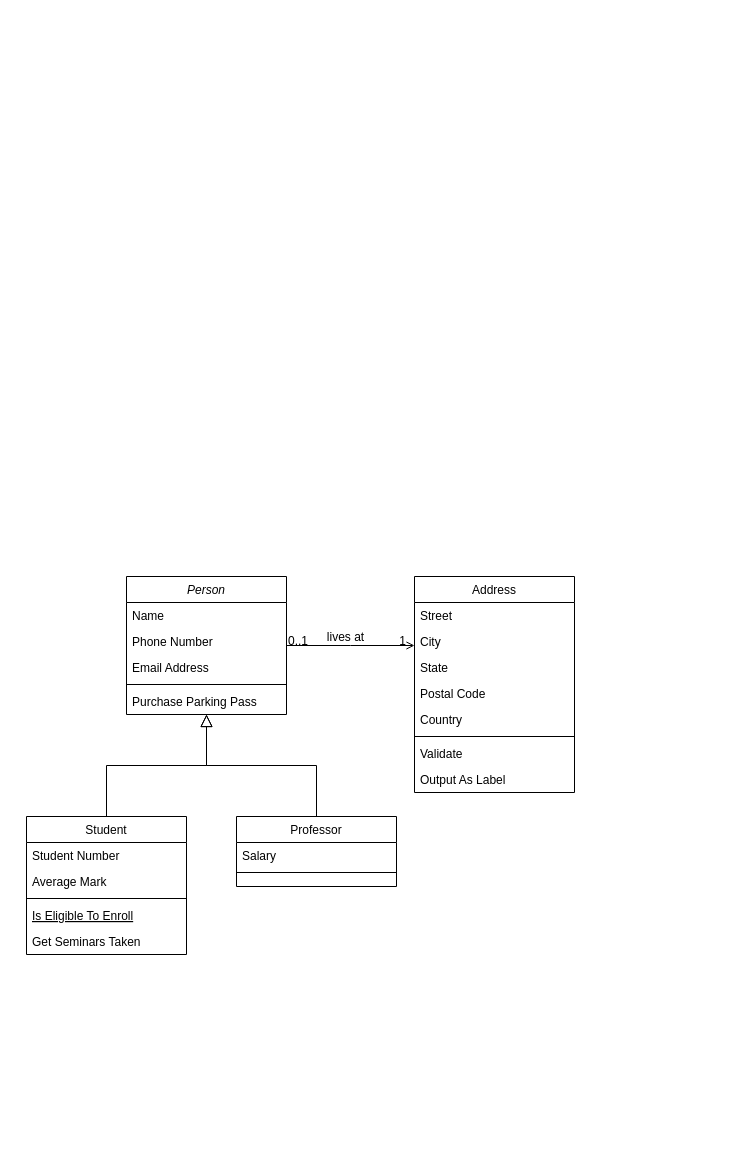
The draw.io diagram DATN_Document/Biểu đồ không có tiêu đề.drawio in khanhnh2420/DATN-GameVH-Store, before the edit. Source tidied: cells renumbered, new cells numbered last; positions are measured from the earlier drawing's top-left corner, leaving out a move shared by most shapes. Both pictures are drawn from the tidied source at 100%, with x=0, y=0 at pixel (26, 576).
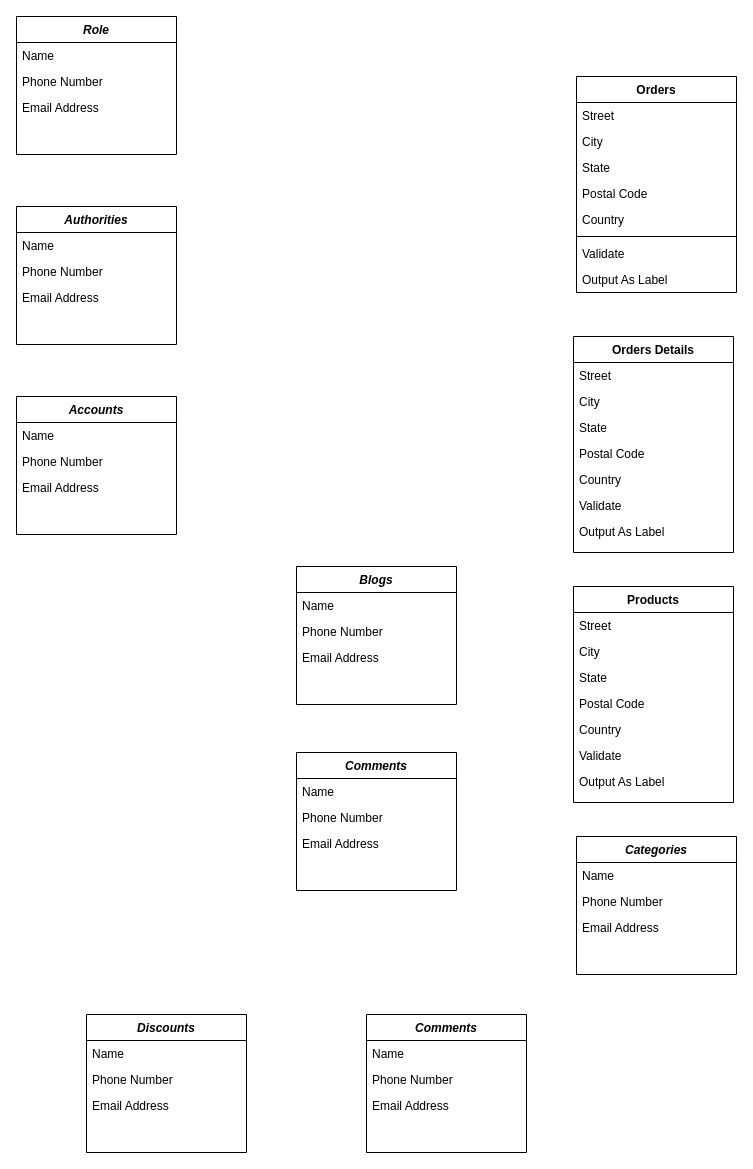
After the change.

Commit message (it also covers changes not shown here):
Cập nhật Biểu đồ không có tiêu đề.drawio

Diff of the diagram source:
```diff
@@
-    <mxCell id="2" value="Person" style="swimlane;fontStyle=2;align=center;verticalAlign=top;horizontal=1;startSize=26;rounded=0;shadow=0;strokeWidth=1;" parent="1" vertex="1">
-      <mxGeometry x="100" width="160" height="138" as="geometry" />
+    <mxCell id="2" value="Accounts" style="swimlane;fontStyle=3;align=center;verticalAlign=top;horizontal=1;startSize=26;rounded=0;shadow=0;strokeWidth=1;" parent="1" vertex="1">
+      <mxGeometry x="-10" y="-180" width="160" height="138" as="geometry" />
     </mxCell>
@@
-    <mxCell id="6" style="line;html=1;strokeWidth=1;align=left;verticalAlign=middle;spacingTop=-1;spacingLeft=3;spacingRight=3;labelPosition=right;" parent="2" vertex="1">
-      <mxGeometry y="104" width="160" height="8" as="geometry" />
-    </mxCell>
-    <mxCell id="7" value="Purchase Parking Pass" style="text;align=left;verticalAlign=top;spacingLeft=4;spacingRight=4;overflow=hidden;" parent="2" vertex="1">
-      <mxGeometry y="112" width="160" height="26" as="geometry" />
-    </mxCell>
-    <mxCell id="8" value="Student" style="swimlane;fontStyle=0;align=center;verticalAlign=top;horizontal=1;startSize=26;rounded=0;shadow=0;strokeWidth=1;" parent="1" vertex="1">
-      <mxGeometry y="240" width="160" height="138" as="geometry" />
-    </mxCell>
-    <mxCell id="9" value="Student Number" style="text;align=left;verticalAlign=top;spacingLeft=4;spacingRight=4;overflow=hidden;" parent="8" vertex="1">
-      <mxGeometry y="26" width="160" height="26" as="geometry" />
-    </mxCell>
-    <mxCell id="10" value="Average Mark" style="text;align=left;verticalAlign=top;spacingLeft=4;spacingRight=4;overflow=hidden;rounded=0;shadow=0;html=0;" parent="8" vertex="1">
-      <mxGeometry y="52" width="160" height="26" as="geometry" />
-    </mxCell>
-    <mxCell id="11" style="line;html=1;strokeWidth=1;align=left;verticalAlign=middle;spacingTop=-1;spacingLeft=3;spacingRight=3;labelPosition=right;" parent="8" vertex="1">
-      <mxGeometry y="78" width="160" height="8" as="geometry" />
-    </mxCell>
-    <mxCell id="12" value="Is Eligible To Enroll" style="text;align=left;verticalAlign=top;spacingLeft=4;spacingRight=4;overflow=hidden;fontStyle=4;" parent="8" vertex="1">
-      <mxGeometry y="86" width="160" height="26" as="geometry" />
-    </mxCell>
-    <mxCell id="13" value="Get Seminars Taken" style="text;align=left;verticalAlign=top;spacingLeft=4;spacingRight=4;overflow=hidden;" parent="8" vertex="1">
-      <mxGeometry y="112" width="160" height="26" as="geometry" />
-    </mxCell>
-    <mxCell id="14" style="endArrow=block;endSize=10;endFill=0;shadow=0;strokeWidth=1;rounded=0;edgeStyle=elbowEdgeStyle;elbow=vertical;" parent="1" edge="1" source="8" target="2">
-      <mxGeometry relative="1" as="geometry" />
-    </mxCell>
-    <mxCell id="15" value="Professor" style="swimlane;fontStyle=0;align=center;verticalAlign=top;horizontal=1;startSize=26;rounded=0;shadow=0;strokeWidth=1;" parent="1" vertex="1">
-      <mxGeometry x="210" y="240" width="160" height="70" as="geometry" />
-    </mxCell>
-    <mxCell id="16" value="Salary" style="text;align=left;verticalAlign=top;spacingLeft=4;spacingRight=4;overflow=hidden;" parent="15" vertex="1">
-      <mxGeometry y="26" width="160" height="26" as="geometry" />
-    </mxCell>
-    <mxCell id="17" style="line;html=1;strokeWidth=1;align=left;verticalAlign=middle;spacingTop=-1;spacingLeft=3;spacingRight=3;labelPosition=right;" parent="15" vertex="1">
-      <mxGeometry y="52" width="160" height="8" as="geometry" />
-    </mxCell>
-    <mxCell id="18" style="endArrow=block;endSize=10;endFill=0;shadow=0;strokeWidth=1;rounded=0;edgeStyle=elbowEdgeStyle;elbow=vertical;" parent="1" edge="1" source="15" target="2">
-      <mxGeometry relative="1" as="geometry" />
-    </mxCell>
-    <mxCell id="19" value="Address" style="swimlane;fontStyle=0;align=center;verticalAlign=top;horizontal=1;startSize=26;rounded=0;shadow=0;strokeWidth=1;" parent="1" vertex="1">
-      <mxGeometry x="388" width="160" height="216" as="geometry" />
+    <mxCell id="19" value="Products" style="swimlane;fontStyle=1;align=center;verticalAlign=top;horizontal=1;startSize=26;rounded=0;shadow=0;strokeWidth=1;" parent="1" vertex="1">
+      <mxGeometry x="547" y="10" width="160" height="216" as="geometry" />
     </mxCell>
@@
-    <mxCell id="25" style="line;html=1;strokeWidth=1;align=left;verticalAlign=middle;spacingTop=-1;spacingLeft=3;spacingRight=3;labelPosition=right;" parent="19" vertex="1">
-      <mxGeometry y="156" width="160" height="8" as="geometry" />
-    </mxCell>
     <mxCell id="26" value="Validate" style="text;align=left;verticalAlign=top;spacingLeft=4;spacingRight=4;overflow=hidden;" parent="19" vertex="1">
-      <mxGeometry y="164" width="160" height="26" as="geometry" />
+      <mxGeometry y="156" width="160" height="26" as="geometry" />
     </mxCell>
     <mxCell id="27" value="Output As Label" style="text;align=left;verticalAlign=top;spacingLeft=4;spacingRight=4;overflow=hidden;" parent="19" vertex="1">
-      <mxGeometry y="190" width="160" height="26" as="geometry" />
+      <mxGeometry y="182" width="160" height="26" as="geometry" />
     </mxCell>
-    <mxCell id="28" style="endArrow=open;shadow=0;strokeWidth=1;rounded=0;endFill=1;edgeStyle=elbowEdgeStyle;elbow=vertical;" parent="1" edge="1" source="2" target="19">
-      <mxGeometry x="0.5" y="41" relative="1" as="geometry">
-        <mxPoint x="-40" y="32" as="offset" />
-      </mxGeometry>
-    </mxCell>
-    <mxCell id="29" value="0..1" style="align=left;verticalAlign=bottom;labelBackgroundColor=none;fontSize=12;" parent="28" vertex="1">
-      <mxGeometry x="-1" relative="1" as="geometry">
-        <mxPoint y="4" as="offset" />
-      </mxGeometry>
-    </mxCell>
-    <mxCell id="30" value="1" style="align=right;verticalAlign=bottom;labelBackgroundColor=none;fontSize=12;" parent="28" vertex="1">
-      <mxGeometry x="1" relative="1" as="geometry">
-        <mxPoint x="-7" y="4" as="offset" />
-      </mxGeometry>
-    </mxCell>
-    <mxCell id="31" value="lives at" style="text;html=1;align=center;verticalAlign=middle;labelBackgroundColor=none;rounded=0;shadow=0;strokeWidth=1;fontSize=12;" parent="28" vertex="1">
-      <mxGeometry x="0.5" y="49" relative="1" as="geometry">
-        <mxPoint x="-38" y="40" as="offset" />
-      </mxGeometry>
-    </mxCell>
+    <mxCell id="32" value="Orders" style="swimlane;fontStyle=1;align=center;verticalAlign=top;horizontal=1;startSize=26;rounded=0;shadow=0;strokeWidth=1;" parent="1" vertex="1">
+      <mxGeometry x="550" y="-500" width="160" height="216" as="geometry" />
+    </mxCell>
+    <mxCell id="33" value="Street" style="text;align=left;verticalAlign=top;spacingLeft=4;spacingRight=4;overflow=hidden;" parent="32" vertex="1">
+      <mxGeometry y="26" width="160" height="26" as="geometry" />
+    </mxCell>
+    <mxCell id="34" value="City" style="text;align=left;verticalAlign=top;spacingLeft=4;spacingRight=4;overflow=hidden;rounded=0;shadow=0;html=0;" parent="32" vertex="1">
+      <mxGeometry y="52" width="160" height="26" as="geometry" />
+    </mxCell>
+    <mxCell id="35" value="State" style="text;align=left;verticalAlign=top;spacingLeft=4;spacingRight=4;overflow=hidden;rounded=0;shadow=0;html=0;" parent="32" vertex="1">
+      <mxGeometry y="78" width="160" height="26" as="geometry" />
+    </mxCell>
+    <mxCell id="36" value="Postal Code" style="text;align=left;verticalAlign=top;spacingLeft=4;spacingRight=4;overflow=hidden;rounded=0;shadow=0;html=0;" parent="32" vertex="1">
+      <mxGeometry y="104" width="160" height="26" as="geometry" />
+    </mxCell>
+    <mxCell id="37" value="Country" style="text;align=left;verticalAlign=top;spacingLeft=4;spacingRight=4;overflow=hidden;rounded=0;shadow=0;html=0;" parent="32" vertex="1">
+      <mxGeometry y="130" width="160" height="26" as="geometry" />
+    </mxCell>
+    <mxCell id="25" style="line;html=1;strokeWidth=1;align=left;verticalAlign=middle;spacingTop=-1;spacingLeft=3;spacingRight=3;labelPosition=right;" parent="32" vertex="1">
+      <mxGeometry y="156" width="160" height="8" as="geometry" />
+    </mxCell>
+    <mxCell id="38" value="Validate" style="text;align=left;verticalAlign=top;spacingLeft=4;spacingRight=4;overflow=hidden;" parent="32" vertex="1">
+      <mxGeometry y="164" width="160" height="26" as="geometry" />
+    </mxCell>
+    <mxCell id="39" value="Output As Label" style="text;align=left;verticalAlign=top;spacingLeft=4;spacingRight=4;overflow=hidden;" parent="32" vertex="1">
+      <mxGeometry y="190" width="160" height="26" as="geometry" />
+    </mxCell>
+    <mxCell id="40" value="Orders Details" style="swimlane;fontStyle=1;align=center;verticalAlign=top;horizontal=1;startSize=26;rounded=0;shadow=0;strokeWidth=1;" parent="1" vertex="1">
+      <mxGeometry x="547" y="-240" width="160" height="216" as="geometry" />
+    </mxCell>
+    <mxCell id="41" value="Street" style="text;align=left;verticalAlign=top;spacingLeft=4;spacingRight=4;overflow=hidden;" parent="40" vertex="1">
+      <mxGeometry y="26" width="160" height="26" as="geometry" />
+    </mxCell>
+    <mxCell id="42" value="City" style="text;align=left;verticalAlign=top;spacingLeft=4;spacingRight=4;overflow=hidden;rounded=0;shadow=0;html=0;" parent="40" vertex="1">
+      <mxGeometry y="52" width="160" height="26" as="geometry" />
+    </mxCell>
+    <mxCell id="43" value="State" style="text;align=left;verticalAlign=top;spacingLeft=4;spacingRight=4;overflow=hidden;rounded=0;shadow=0;html=0;" parent="40" vertex="1">
+      <mxGeometry y="78" width="160" height="26" as="geometry" />
+    </mxCell>
+    <mxCell id="44" value="Postal Code" style="text;align=left;verticalAlign=top;spacingLeft=4;spacingRight=4;overflow=hidden;rounded=0;shadow=0;html=0;" parent="40" vertex="1">
+      <mxGeometry y="104" width="160" height="26" as="geometry" />
+    </mxCell>
+    <mxCell id="45" value="Country" style="text;align=left;verticalAlign=top;spacingLeft=4;spacingRight=4;overflow=hidden;rounded=0;shadow=0;html=0;" parent="40" vertex="1">
+      <mxGeometry y="130" width="160" height="26" as="geometry" />
+    </mxCell>
+    <mxCell id="46" value="Validate" style="text;align=left;verticalAlign=top;spacingLeft=4;spacingRight=4;overflow=hidden;" parent="40" vertex="1">
+      <mxGeometry y="156" width="160" height="26" as="geometry" />
+    </mxCell>
+    <mxCell id="47" value="Output As Label" style="text;align=left;verticalAlign=top;spacingLeft=4;spacingRight=4;overflow=hidden;" parent="40" vertex="1">
+      <mxGeometry y="182" width="160" height="26" as="geometry" />
+    </mxCell>
+    <mxCell id="48" value="Authorities" style="swimlane;fontStyle=3;align=center;verticalAlign=top;horizontal=1;startSize=26;rounded=0;shadow=0;strokeWidth=1;" parent="1" vertex="1">
+      <mxGeometry x="-10" y="-370" width="160" height="138" as="geometry" />
+    </mxCell>
+    <mxCell id="49" value="Name" style="text;align=left;verticalAlign=top;spacingLeft=4;spacingRight=4;overflow=hidden;" parent="48" vertex="1">
+      <mxGeometry y="26" width="160" height="26" as="geometry" />
+    </mxCell>
+    <mxCell id="50" value="Phone Number" style="text;align=left;verticalAlign=top;spacingLeft=4;spacingRight=4;overflow=hidden;rounded=0;shadow=0;html=0;" parent="48" vertex="1">
+      <mxGeometry y="52" width="160" height="26" as="geometry" />
+    </mxCell>
+    <mxCell id="51" value="Email Address" style="text;align=left;verticalAlign=top;spacingLeft=4;spacingRight=4;overflow=hidden;rounded=0;shadow=0;html=0;" parent="48" vertex="1">
+      <mxGeometry y="78" width="160" height="26" as="geometry" />
+    </mxCell>
+    <mxCell id="52" value="Role" style="swimlane;fontStyle=3;align=center;verticalAlign=top;horizontal=1;startSize=26;rounded=0;shadow=0;strokeWidth=1;" parent="1" vertex="1">
+      <mxGeometry x="-10" y="-560" width="160" height="138" as="geometry" />
+    </mxCell>
+    <mxCell id="53" value="Name" style="text;align=left;verticalAlign=top;spacingLeft=4;spacingRight=4;overflow=hidden;" parent="52" vertex="1">
+      <mxGeometry y="26" width="160" height="26" as="geometry" />
+    </mxCell>
+    <mxCell id="54" value="Phone Number" style="text;align=left;verticalAlign=top;spacingLeft=4;spacingRight=4;overflow=hidden;rounded=0;shadow=0;html=0;" parent="52" vertex="1">
+      <mxGeometry y="52" width="160" height="26" as="geometry" />
+    </mxCell>
+    <mxCell id="55" value="Email Address" style="text;align=left;verticalAlign=top;spacingLeft=4;spacingRight=4;overflow=hidden;rounded=0;shadow=0;html=0;" parent="52" vertex="1">
+      <mxGeometry y="78" width="160" height="26" as="geometry" />
+    </mxCell>
+    <mxCell id="56" value="Categories" style="swimlane;fontStyle=3;align=center;verticalAlign=top;horizontal=1;startSize=26;rounded=0;shadow=0;strokeWidth=1;" parent="1" vertex="1">
+      <mxGeometry x="550" y="260" width="160" height="138" as="geometry" />
+    </mxCell>
+    <mxCell id="57" value="Name" style="text;align=left;verticalAlign=top;spacingLeft=4;spacingRight=4;overflow=hidden;" parent="56" vertex="1">
+      <mxGeometry y="26" width="160" height="26" as="geometry" />
+    </mxCell>
+    <mxCell id="58" value="Phone Number" style="text;align=left;verticalAlign=top;spacingLeft=4;spacingRight=4;overflow=hidden;rounded=0;shadow=0;html=0;" parent="56" vertex="1">
+      <mxGeometry y="52" width="160" height="26" as="geometry" />
+    </mxCell>
+    <mxCell id="59" value="Email Address" style="text;align=left;verticalAlign=top;spacingLeft=4;spacingRight=4;overflow=hidden;rounded=0;shadow=0;html=0;" parent="56" vertex="1">
+      <mxGeometry y="78" width="160" height="26" as="geometry" />
+    </mxCell>
+    <mxCell id="60" value="Blogs" style="swimlane;fontStyle=3;align=center;verticalAlign=top;horizontal=1;startSize=26;rounded=0;shadow=0;strokeWidth=1;" parent="1" vertex="1">
+      <mxGeometry x="270" y="-10" width="160" height="138" as="geometry" />
+    </mxCell>
+    <mxCell id="61" value="Name" style="text;align=left;verticalAlign=top;spacingLeft=4;spacingRight=4;overflow=hidden;" parent="60" vertex="1">
+      <mxGeometry y="26" width="160" height="26" as="geometry" />
+    </mxCell>
+    <mxCell id="62" value="Phone Number" style="text;align=left;verticalAlign=top;spacingLeft=4;spacingRight=4;overflow=hidden;rounded=0;shadow=0;html=0;" parent="60" vertex="1">
+      <mxGeometry y="52" width="160" height="26" as="geometry" />
+    </mxCell>
+    <mxCell id="63" value="Email Address" style="text;align=left;verticalAlign=top;spacingLeft=4;spacingRight=4;overflow=hidden;rounded=0;shadow=0;html=0;" parent="60" vertex="1">
+      <mxGeometry y="78" width="160" height="26" as="geometry" />
+    </mxCell>
+    <mxCell id="64" value="Comments" style="swimlane;fontStyle=3;align=center;verticalAlign=top;horizontal=1;startSize=26;rounded=0;shadow=0;strokeWidth=1;" parent="1" vertex="1">
+      <mxGeometry x="270" y="176" width="160" height="138" as="geometry" />
+    </mxCell>
+    <mxCell id="65" value="Name" style="text;align=left;verticalAlign=top;spacingLeft=4;spacingRight=4;overflow=hidden;" parent="64" vertex="1">
+      <mxGeometry y="26" width="160" height="26" as="geometry" />
+    </mxCell>
+    <mxCell id="66" value="Phone Number" style="text;align=left;verticalAlign=top;spacingLeft=4;spacingRight=4;overflow=hidden;rounded=0;shadow=0;html=0;" parent="64" vertex="1">
+      <mxGeometry y="52" width="160" height="26" as="geometry" />
+    </mxCell>
+    <mxCell id="67" value="Email Address" style="text;align=left;verticalAlign=top;spacingLeft=4;spacingRight=4;overflow=hidden;rounded=0;shadow=0;html=0;" parent="64" vertex="1">
+      <mxGeometry y="78" width="160" height="26" as="geometry" />
+    </mxCell>
+    <mxCell id="68" value="Discounts" style="swimlane;fontStyle=3;align=center;verticalAlign=top;horizontal=1;startSize=26;rounded=0;shadow=0;strokeWidth=1;" parent="1" vertex="1">
+      <mxGeometry x="60" y="438" width="160" height="138" as="geometry" />
+    </mxCell>
+    <mxCell id="69" value="Name" style="text;align=left;verticalAlign=top;spacingLeft=4;spacingRight=4;overflow=hidden;" parent="68" vertex="1">
+      <mxGeometry y="26" width="160" height="26" as="geometry" />
+    </mxCell>
+    <mxCell id="70" value="Phone Number" style="text;align=left;verticalAlign=top;spacingLeft=4;spacingRight=4;overflow=hidden;rounded=0;shadow=0;html=0;" parent="68" vertex="1">
+      <mxGeometry y="52" width="160" height="26" as="geometry" />
+    </mxCell>
+    <mxCell id="71" value="Email Address" style="text;align=left;verticalAlign=top;spacingLeft=4;spacingRight=4;overflow=hidden;rounded=0;shadow=0;html=0;" parent="68" vertex="1">
+      <mxGeometry y="78" width="160" height="26" as="geometry" />
+    </mxCell>
+    <mxCell id="72" value="Comments" style="swimlane;fontStyle=3;align=center;verticalAlign=top;horizontal=1;startSize=26;rounded=0;shadow=0;strokeWidth=1;" parent="1" vertex="1">
+      <mxGeometry x="340" y="438" width="160" height="138" as="geometry" />
+    </mxCell>
+    <mxCell id="73" value="Name" style="text;align=left;verticalAlign=top;spacingLeft=4;spacingRight=4;overflow=hidden;" parent="72" vertex="1">
+      <mxGeometry y="26" width="160" height="26" as="geometry" />
+    </mxCell>
+    <mxCell id="74" value="Phone Number" style="text;align=left;verticalAlign=top;spacingLeft=4;spacingRight=4;overflow=hidden;rounded=0;shadow=0;html=0;" parent="72" vertex="1">
+      <mxGeometry y="52" width="160" height="26" as="geometry" />
+    </mxCell>
+    <mxCell id="75" value="Email Address" style="text;align=left;verticalAlign=top;spacingLeft=4;spacingRight=4;overflow=hidden;rounded=0;shadow=0;html=0;" parent="72" vertex="1">
+      <mxGeometry y="78" width="160" height="26" as="geometry" />
+    </mxCell>
```
